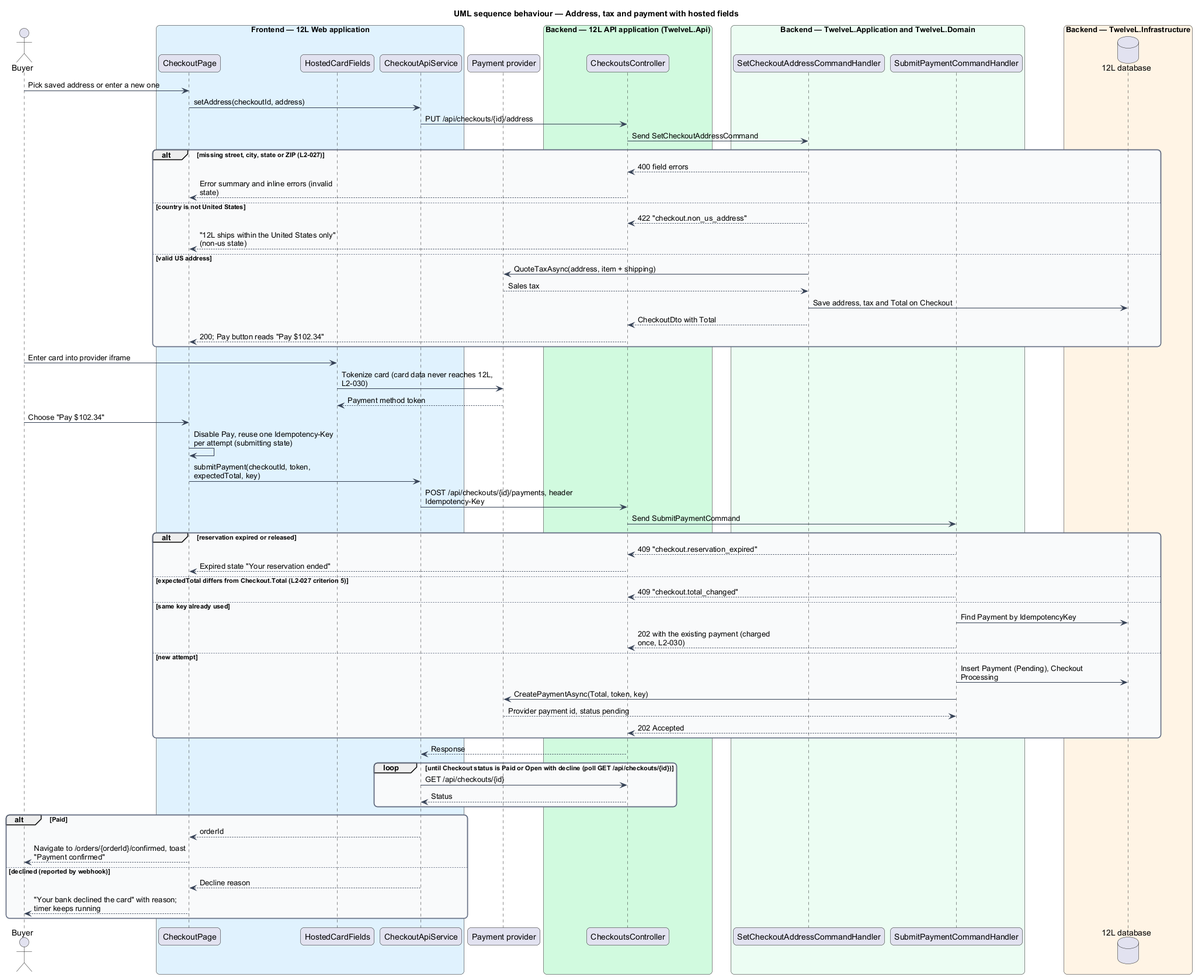
Before: docs/detailed-designs/orders/checkout-and-pay/diagrams/sequence-pay.png, a diagram exported from PlantUML (QuinntyneBrown/12l). Its diagram source:
```plantuml
@startuml
title UML sequence behaviour — Address, tax and payment with hosted fields
skinparam backgroundColor #FFFFFF
skinparam shadowing false
skinparam roundcorner 12
skinparam defaultFontName Arial
skinparam ArrowColor #344054
skinparam rectangle {
  BorderColor #344054
  FontColor #101828
}
skinparam package {
  BorderColor #667085
  FontColor #101828
  BackgroundColor #F9FAFB
}
skinparam sequenceMessageAlign left
skinparam maxMessageSize 260
actor "Buyer" as actor
box "Frontend — 12L Web application" #E0F2FE
  participant "CheckoutPage" as page
  participant "HostedCardFields" as hf
  participant "CheckoutApiService" as client
end box
participant "Payment provider" as pay
box "Backend — 12L API application (TwelveL.Api)" #D1FADF
  participant "CheckoutsController" as ctrl
end box
box "Backend — TwelveL.Application and TwelveL.Domain" #ECFDF3
  participant "SetCheckoutAddressCommandHandler" as qh
  participant "SubmitPaymentCommandHandler" as ph
end box
box "Backend — TwelveL.Infrastructure" #FFF4E5
  database "12L database" as db
end box
actor -> page : Pick saved address or enter a new one
page -> client : setAddress(checkoutId, address)
client -> ctrl : PUT /api/checkouts/{id}/address
ctrl -> qh : Send SetCheckoutAddressCommand
alt missing street, city, state or ZIP (L2-027)
  qh --> ctrl : 400 field errors
  ctrl --> page : Error summary and inline errors (invalid state)
else country is not United States
  qh --> ctrl : 422 "checkout.non_us_address"
  ctrl --> page : "12L ships within the United States only" (non-us state)
else valid US address
  qh -> pay : QuoteTaxAsync(address, item + shipping)
  pay --> qh : Sales tax
  qh -> db : Save address, tax and Total on Checkout
  qh --> ctrl : CheckoutDto with Total
  ctrl --> page : 200; Pay button reads "Pay $102.34"
end
actor -> hf : Enter card into provider iframe
hf -> pay : Tokenize card (card data never reaches 12L, L2-030)
pay --> hf : Payment method token
actor -> page : Choose "Pay $102.34"
page -> page : Disable Pay, reuse one Idempotency-Key per attempt (submitting state)
page -> client : submitPayment(checkoutId, token, expectedTotal, key)
client -> ctrl : POST /api/checkouts/{id}/payments, header Idempotency-Key
ctrl -> ph : Send SubmitPaymentCommand
alt reservation expired or released
  ph --> ctrl : 409 "checkout.reservation_expired"
  ctrl --> page : Expired state "Your reservation ended"
else expectedTotal differs from Checkout.Total (L2-027 criterion 5)
  ph --> ctrl : 409 "checkout.total_changed"
else same key already used
  ph -> db : Find Payment by IdempotencyKey
  ph --> ctrl : 202 with the existing payment (charged once, L2-030)
else new attempt
  ph -> db : Insert Payment (Pending), Checkout Processing
  ph -> pay : CreatePaymentAsync(Total, token, key)
  pay --> ph : Provider payment id, status pending
  ph --> ctrl : 202 Accepted
end
ctrl --> client : Response
loop until Checkout status is Paid or Open with decline (poll GET /api/checkouts/{id})
  client -> ctrl : GET /api/checkouts/{id}
  ctrl --> client : Status
end
alt Paid
  client --> page : orderId
  page --> actor : Navigate to /orders/{orderId}/confirmed, toast "Payment confirmed"
else declined (reported by webhook)
  client --> page : Decline reason
  page --> actor : "Your bank declined the card" with reason; timer keeps running
end
@enduml
```
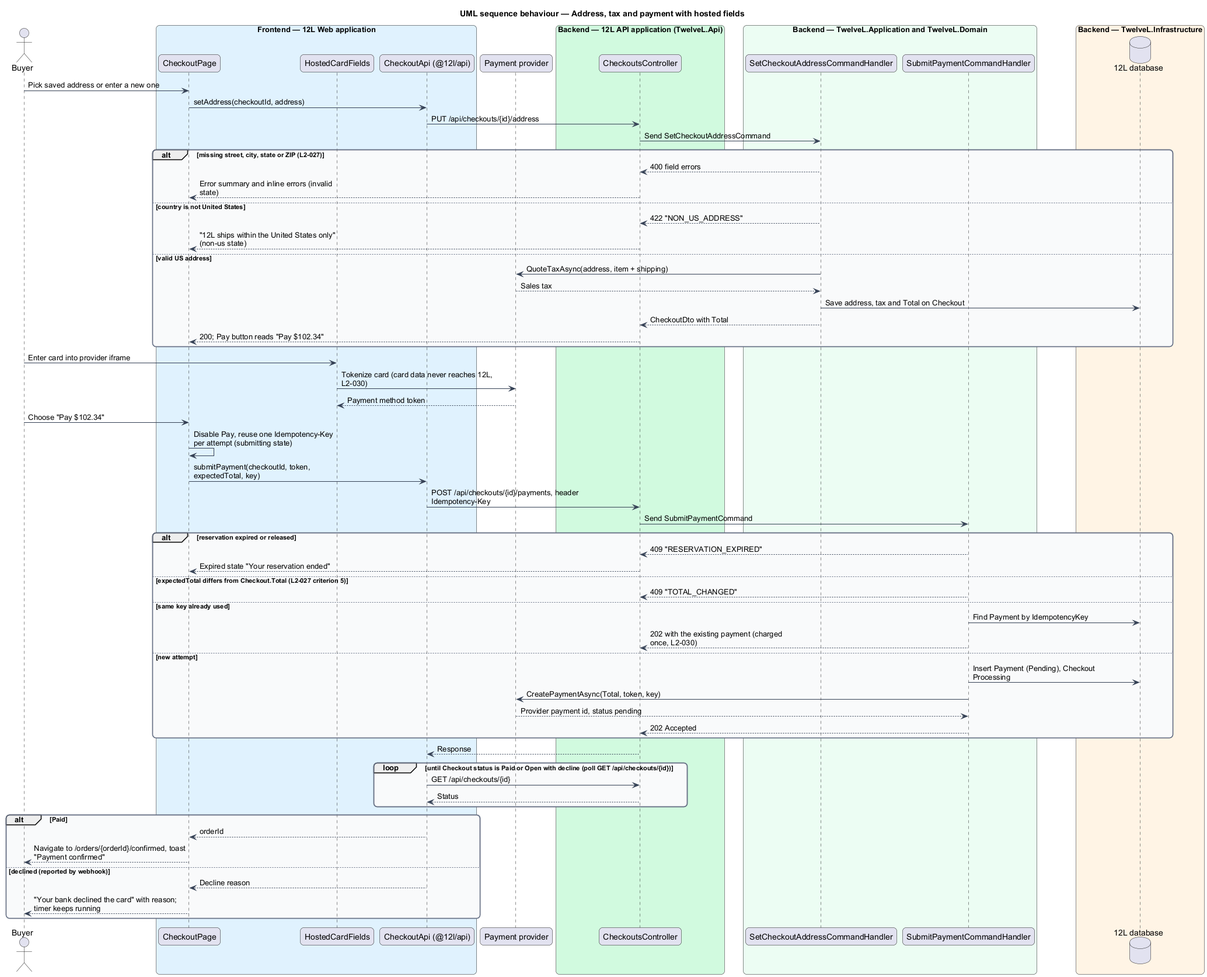
The same file after the commit.

The edit, as a diff of the source:
```diff
@@ -20,7 +20,7 @@
 box "Frontend — 12L Web application" #E0F2FE
   participant "CheckoutPage" as page
   participant "HostedCardFields" as hf
-  participant "CheckoutApiService" as client
+  participant "CheckoutApi (@12l/api)" as client
 end box
 participant "Payment provider" as pay
 box "Backend — 12L API application (TwelveL.Api)" #D1FADF
@@ -41,7 +41,7 @@
   qh --> ctrl : 400 field errors
   ctrl --> page : Error summary and inline errors (invalid state)
 else country is not United States
-  qh --> ctrl : 422 "checkout.non_us_address"
+  qh --> ctrl : 422 "NON_US_ADDRESS"
   ctrl --> page : "12L ships within the United States only" (non-us state)
 else valid US address
   qh -> pay : QuoteTaxAsync(address, item + shipping)
@@ -59,10 +59,10 @@
 client -> ctrl : POST /api/checkouts/{id}/payments, header Idempotency-Key
 ctrl -> ph : Send SubmitPaymentCommand
 alt reservation expired or released
-  ph --> ctrl : 409 "checkout.reservation_expired"
+  ph --> ctrl : 409 "RESERVATION_EXPIRED"
   ctrl --> page : Expired state "Your reservation ended"
 else expectedTotal differs from Checkout.Total (L2-027 criterion 5)
-  ph --> ctrl : 409 "checkout.total_changed"
+  ph --> ctrl : 409 "TOTAL_CHANGED"
 else same key already used
   ph -> db : Find Payment by IdempotencyKey
   ph --> ctrl : 202 with the existing payment (charged once, L2-030)
```
